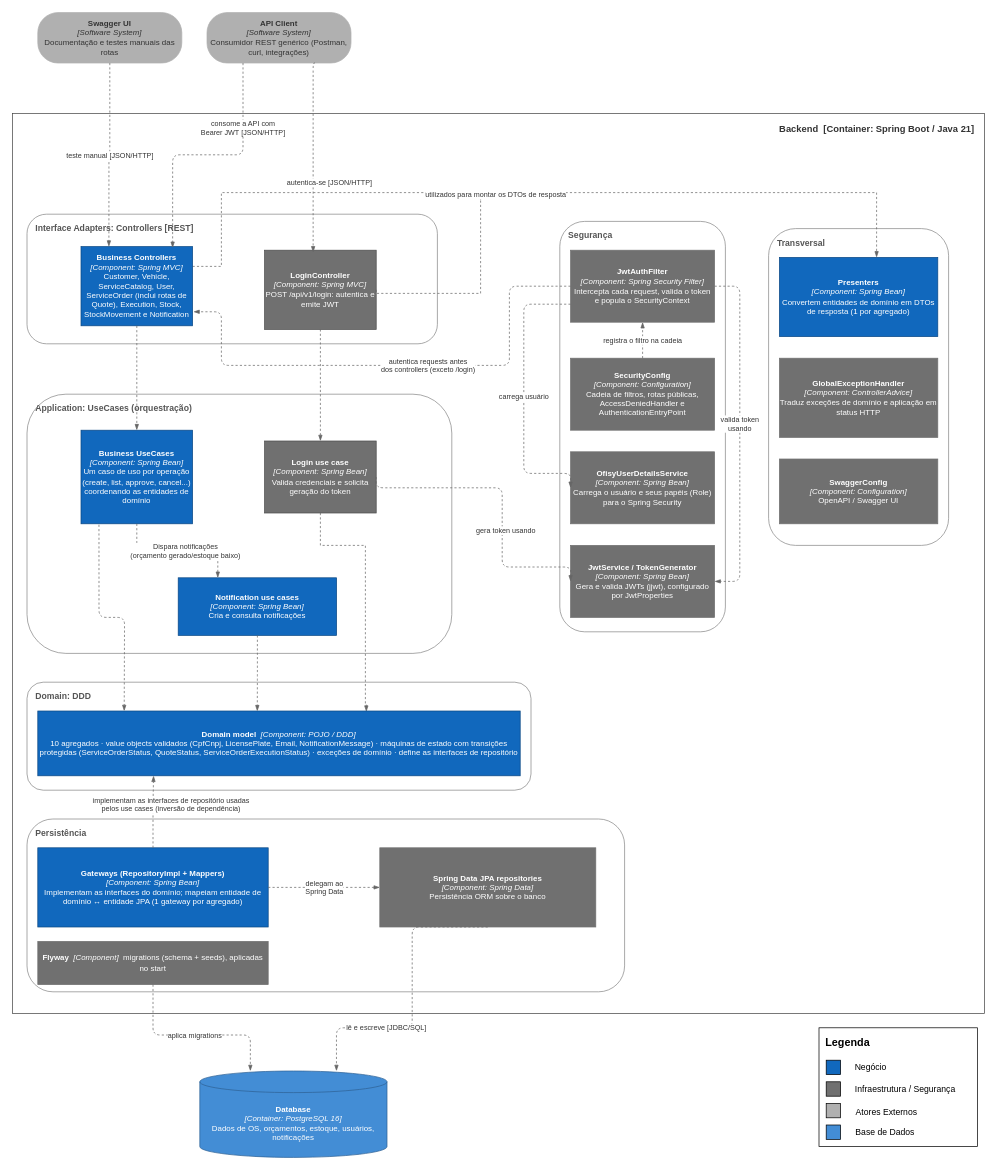
Above: docs/resources/component-diagram.drawio in 15SOAT-FIAP/techchallenge-ofisy (draw.io), before the change. Source tidied: cells renumbered, new cells numbered last; positions are measured from the earlier drawing's top-left corner, leaving out a move shared by most shapes. Both pictures are drawn from the tidied source at 72%, with x=0, y=0 at pixel (12, 12).
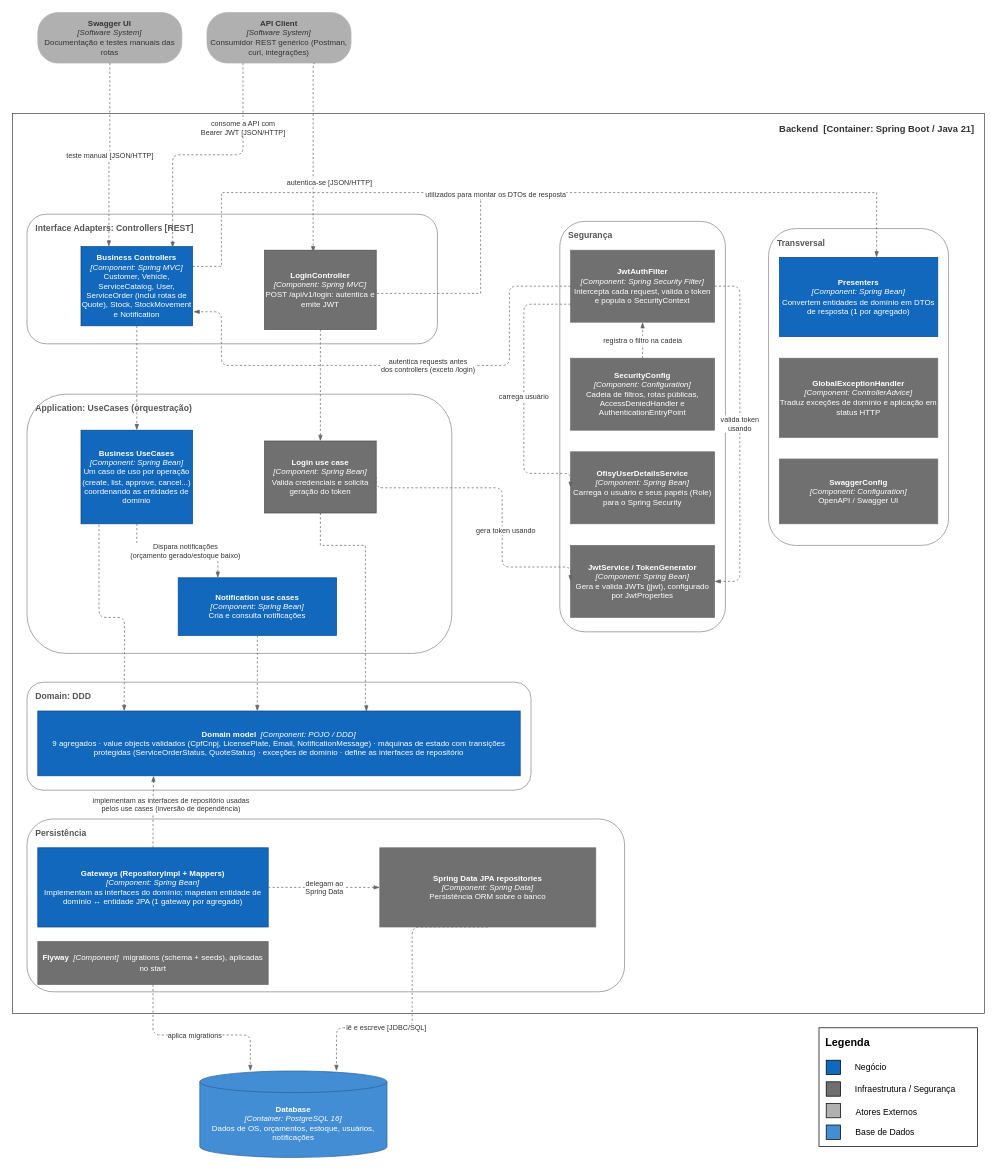
Above is the later version.

Commit message (it also covers changes not shown here):
docs: remover a execução dos diagramas de banco e de componentes

What changed in the source:
```diff
@@
-    <mxCell id="7" value="&lt;b&gt;Business Controllers&lt;/b&gt;&lt;div&gt;&lt;i&gt;[Component: Spring MVC]&lt;/i&gt;&lt;br&gt;Customer, Vehicle, ServiceCatalog, User, ServiceOrder (inclui rotas de Quote), Execution,&amp;nbsp;&lt;span style=&quot;background-color: transparent; color: light-dark(rgb(255, 255, 255), rgb(18, 18, 18));&quot;&gt;Stock, StockMovement e Notification&lt;/span&gt;&lt;/div&gt;" style="rounded=0;whiteSpace=wrap;html=1;fillColor=#1168BD;strokeColor=#0B4884;fontColor=#ffffff;fontSize=11;" parent="1" vertex="1">
+    <mxCell id="7" value="&lt;b&gt;Business Controllers&lt;/b&gt;&lt;div&gt;&lt;i&gt;[Component: Spring MVC]&lt;/i&gt;&lt;br&gt;Customer, Vehicle, ServiceCatalog, User, ServiceOrder (inclui rotas de Quote),&amp;nbsp;&lt;span style=&quot;background-color: transparent; color: light-dark(rgb(255, 255, 255), rgb(18, 18, 18));&quot;&gt;Stock, StockMovement e Notification&lt;/span&gt;&lt;/div&gt;" style="rounded=0;whiteSpace=wrap;html=1;fillColor=#1168BD;strokeColor=#0B4884;fontColor=#ffffff;fontSize=11;" parent="1" vertex="1">
       <mxGeometry x="95" y="325" width="155" height="110" as="geometry" />
     </mxCell>
@@
-    <mxCell id="15" value="&lt;b&gt;Domain model&lt;/b&gt;&amp;nbsp;&amp;nbsp;&lt;i&gt;[Component: POJO / DDD]&lt;/i&gt;&lt;br&gt;10 agregados · value objects validados (CpfCnpj, LicensePlate, Email, NotificationMessage) · máquinas de estado com transições protegidas (ServiceOrderStatus, QuoteStatus, ServiceOrderExecutionStatus) · exceções de domínio · define as interfaces de repositório" style="rounded=0;whiteSpace=wrap;html=1;fillColor=#1168BD;strokeColor=#0B4884;fontColor=#ffffff;fontSize=11;" parent="1" vertex="1">
+    <mxCell id="15" value="&lt;b&gt;Domain model&lt;/b&gt;&amp;nbsp;&amp;nbsp;&lt;i&gt;[Component: POJO / DDD]&lt;/i&gt;&lt;br&gt;9 agregados · value objects validados (CpfCnpj, LicensePlate, Email, NotificationMessage) · máquinas de estado com transições protegidas (ServiceOrderStatus, QuoteStatus) · exceções de domínio · define as interfaces de repositório" style="rounded=0;whiteSpace=wrap;html=1;fillColor=#1168BD;strokeColor=#0B4884;fontColor=#ffffff;fontSize=11;" parent="1" vertex="1">
       <mxGeometry x="35" y="970" width="670" height="90" as="geometry" />
     </mxCell>
```
